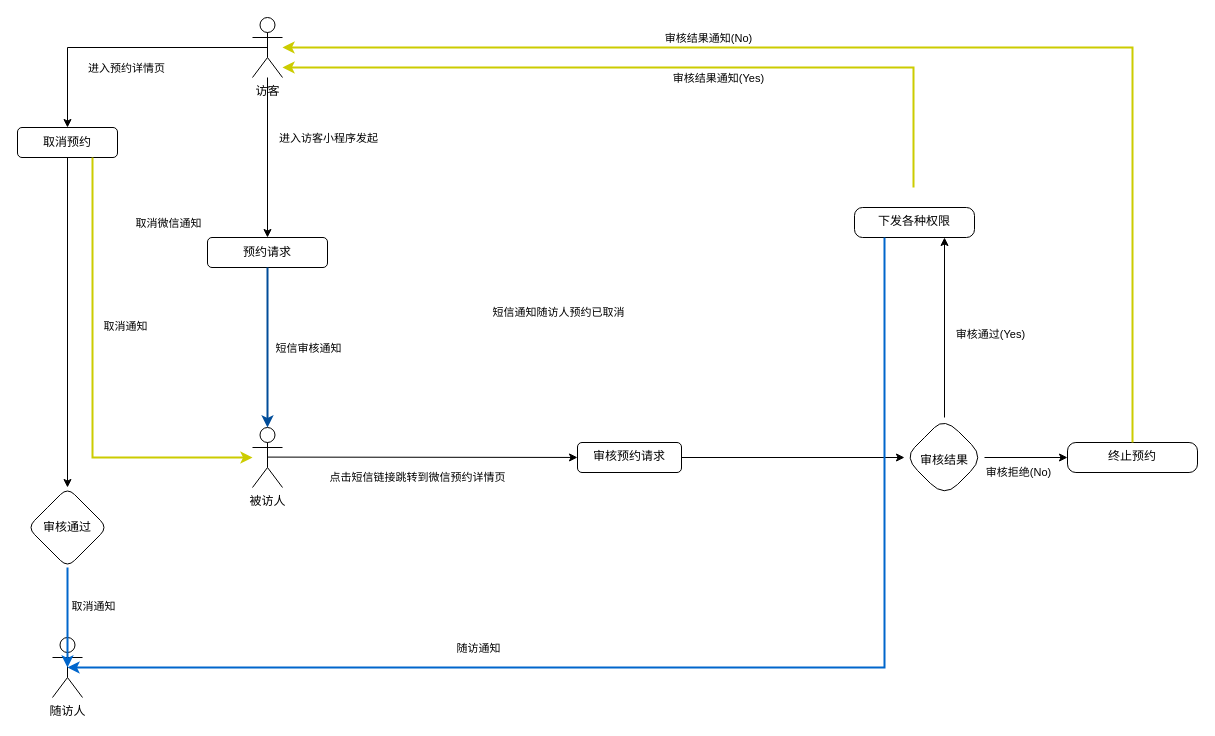
animitta/graph keeps this draw.io diagram as page "预约模式" (1 of 2) of 访客系统/访客系统.drawio. Above is the earlier version. Source tidied: cells renumbered, new cells numbered last; positions are measured from the earlier drawing's top-left corner, leaving out a move shared by most shapes. Both pictures are drawn from the tidied source at 100%, with x=0, y=0 at pixel (17, 17).
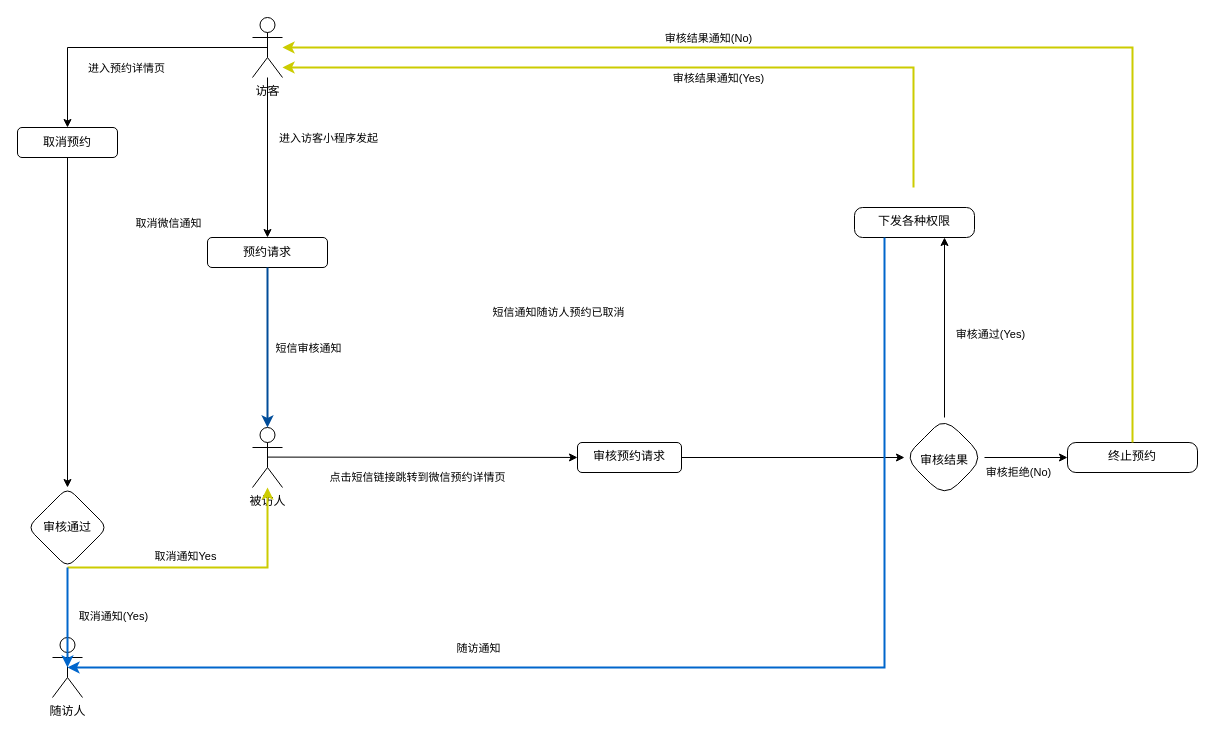
The same diagram, later.

Commit message:
[feat]: 跳转通知流程

The change refers to these unchanged cells:
```xml
<mxCell id="3" value="被访人" style="shape=umlActor;verticalLabelPosition=bottom;verticalAlign=top;html=1;outlineConnect=0;" parent="1" vertex="1">
  <mxGeometry x="235" y="410" width="30" height="60" as="geometry" />
</mxCell>
<mxCell id="28" value="取消预约" style="rounded=1;whiteSpace=wrap;html=1;" parent="1" vertex="1">
  <mxGeometry y="110" width="100" height="30" as="geometry" />
</mxCell>
<mxCell id="33" value="审核通过" style="rhombus;whiteSpace=wrap;html=1;rounded=1;" parent="1" vertex="1">
  <mxGeometry x="10" y="470" width="80" height="80" as="geometry" />
</mxCell>
```

The edit, as a diff of the source:
```diff
@@
-    <mxCell id="31" style="edgeStyle=none;rounded=0;jettySize=auto;html=1;exitX=0.75;exitY=1;exitDx=0;exitDy=0;strokeColor=#CCCC00;strokeWidth=2;" parent="1" edge="1" source="28" target="3">
+    <mxCell id="31" style="edgeStyle=none;rounded=0;jettySize=auto;html=1;exitX=0.5;exitY=1;exitDx=0;exitDy=0;strokeColor=#CCCC00;strokeWidth=2;" parent="1" edge="1" source="33" target="3">
       <mxGeometry relative="1" as="geometry">
         <Array as="points">
-          <mxPoint x="75" y="440" />
+          <mxPoint x="250" y="550" />
         </Array>
       </mxGeometry>
     </mxCell>
@@
-    <mxCell id="36" value="取消通知" style="edgeLabel;html=1;align=center;verticalAlign=middle;" parent="1" vertex="1">
-      <mxGeometry x="80" y="600" as="geometry">
+    <mxCell id="36" value="取消通知(Yes)" style="edgeLabel;html=1;align=center;verticalAlign=middle;" parent="1" vertex="1">
+      <mxGeometry x="100" y="610" as="geometry">
         <mxPoint x="-5" y="-12" as="offset" />
       </mxGeometry>
     </mxCell>
-    <mxCell id="37" value="取消通知" style="edgeLabel;html=1;align=center;verticalAlign=middle;" parent="1" vertex="1">
-      <mxGeometry x="110" y="330" as="geometry">
+    <mxCell id="37" value="取消通知Yes" style="edgeLabel;html=1;align=center;verticalAlign=middle;" parent="1" vertex="1">
+      <mxGeometry x="170" y="560" as="geometry">
         <mxPoint x="-3" y="-22" as="offset" />
       </mxGeometry>
     </mxCell>
```
